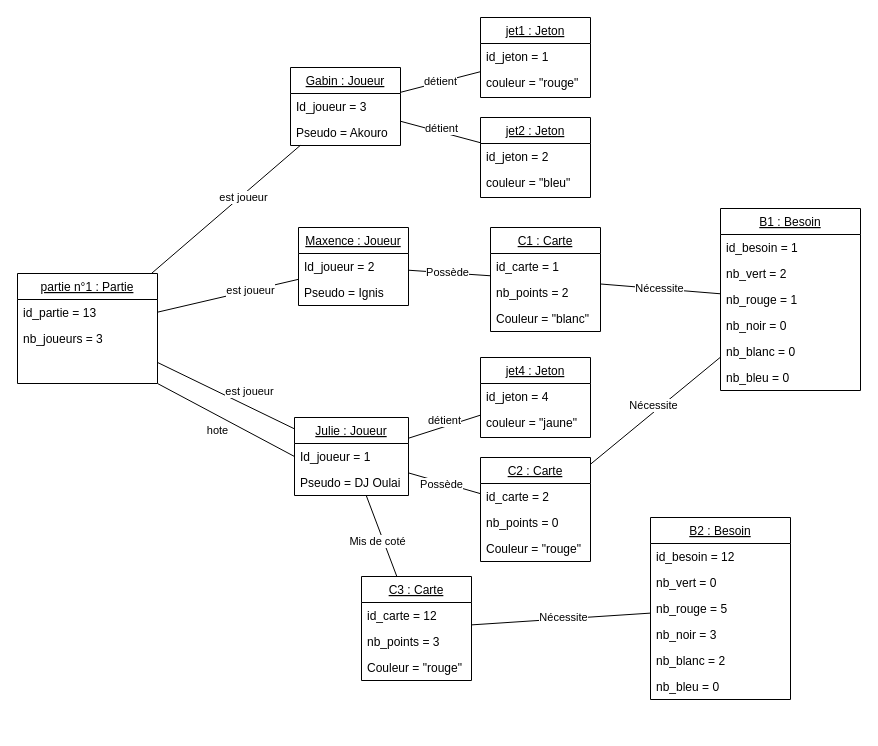
Igniiis/projet_splendor keeps this draw.io diagram as Diagrammes/Diagramme objet.drawio. Above is the earlier version. Source tidied: cells renumbered, new cells numbered last; positions are measured from the earlier drawing's top-left corner, leaving out a move shared by most shapes. Both pictures are drawn from the tidied source at 100%, with x=0, y=0 at pixel (17, 17).
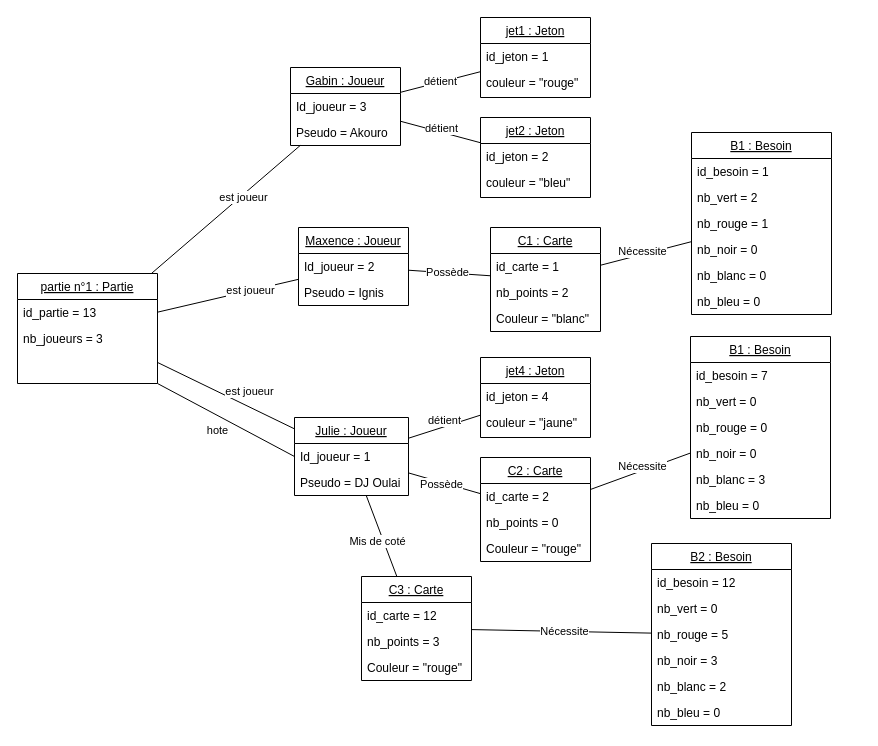
The same diagram, later.

Commit message:
Mettre à jour Diagramme objet.drawio

The change refers to these unchanged cells:
```xml
<mxCell id="43" value="C2 : Carte" style="swimlane;fontStyle=4;align=center;verticalAlign=top;horizontal=1;startSize=26;rounded=0;shadow=0;strokeWidth=1;" parent="1" vertex="1">
  <mxGeometry x="463" y="440" width="110" height="104" as="geometry" />
</mxCell>
```

The edit, as a diff of the source:
```diff
@@
     <mxCell id="55" value="B1 : Besoin" style="swimlane;fontStyle=4;align=center;verticalAlign=top;horizontal=1;startSize=26;rounded=0;shadow=0;strokeWidth=1;" parent="1" vertex="1">
-      <mxGeometry x="703" y="191" width="140" height="182" as="geometry" />
+      <mxGeometry x="674" y="115" width="140" height="182" as="geometry" />
     </mxCell>
@@
-    <mxCell id="64" style="endArrow=none;html=1;rounded=0;" parent="1" edge="1" source="43" target="55">
+    <mxCell id="64" style="endArrow=none;html=1;rounded=0;" parent="1" edge="1" source="43" target="75">
       <mxGeometry relative="1" as="geometry" />
     </mxCell>
     <mxCell id="65" value="Nécessite" style="edgeLabel;html=1;align=center;verticalAlign=middle;" parent="64" vertex="1">
       <mxGeometry x="0.11" y="2" relative="1" as="geometry">
-        <mxPoint x="-8" y="1" as="offset" />
+        <mxPoint x="-3" y="-1" as="offset" />
       </mxGeometry>
     </mxCell>
     <mxCell id="66" value="B2 : Besoin" style="swimlane;fontStyle=4;align=center;verticalAlign=top;horizontal=1;startSize=26;rounded=0;shadow=0;strokeWidth=1;" parent="1" vertex="1">
-      <mxGeometry x="633" y="500" width="140" height="182" as="geometry" />
+      <mxGeometry x="634" y="526" width="140" height="182" as="geometry" />
     </mxCell>
@@
+    <mxCell id="75" value="B1 : Besoin" style="swimlane;fontStyle=4;align=center;verticalAlign=top;horizontal=1;startSize=26;rounded=0;shadow=0;strokeWidth=1;" parent="1" vertex="1">
+      <mxGeometry x="673" y="319" width="140" height="182" as="geometry" />
+    </mxCell>
+    <mxCell id="76" value="id_besoin = 7" style="text;align=left;verticalAlign=top;spacingLeft=4;spacingRight=4;overflow=hidden;" parent="75" vertex="1">
+      <mxGeometry y="26" width="140" height="26" as="geometry" />
+    </mxCell>
+    <mxCell id="77" value="nb_vert = 0" style="text;align=left;verticalAlign=top;spacingLeft=4;spacingRight=4;overflow=hidden;" parent="75" vertex="1">
+      <mxGeometry y="52" width="140" height="26" as="geometry" />
+    </mxCell>
+    <mxCell id="78" value="nb_rouge = 0" style="text;align=left;verticalAlign=top;spacingLeft=4;spacingRight=4;overflow=hidden;" parent="75" vertex="1">
+      <mxGeometry y="78" width="140" height="26" as="geometry" />
+    </mxCell>
+    <mxCell id="79" value="nb_noir = 0" style="text;align=left;verticalAlign=top;spacingLeft=4;spacingRight=4;overflow=hidden;" parent="75" vertex="1">
+      <mxGeometry y="104" width="140" height="26" as="geometry" />
+    </mxCell>
+    <mxCell id="80" value="nb_blanc = 3" style="text;align=left;verticalAlign=top;spacingLeft=4;spacingRight=4;overflow=hidden;" parent="75" vertex="1">
+      <mxGeometry y="130" width="140" height="26" as="geometry" />
+    </mxCell>
+    <mxCell id="81" value="nb_bleu = 0" style="text;align=left;verticalAlign=top;spacingLeft=4;spacingRight=4;overflow=hidden;" parent="75" vertex="1">
+      <mxGeometry y="156" width="140" height="26" as="geometry" />
+    </mxCell>
```
